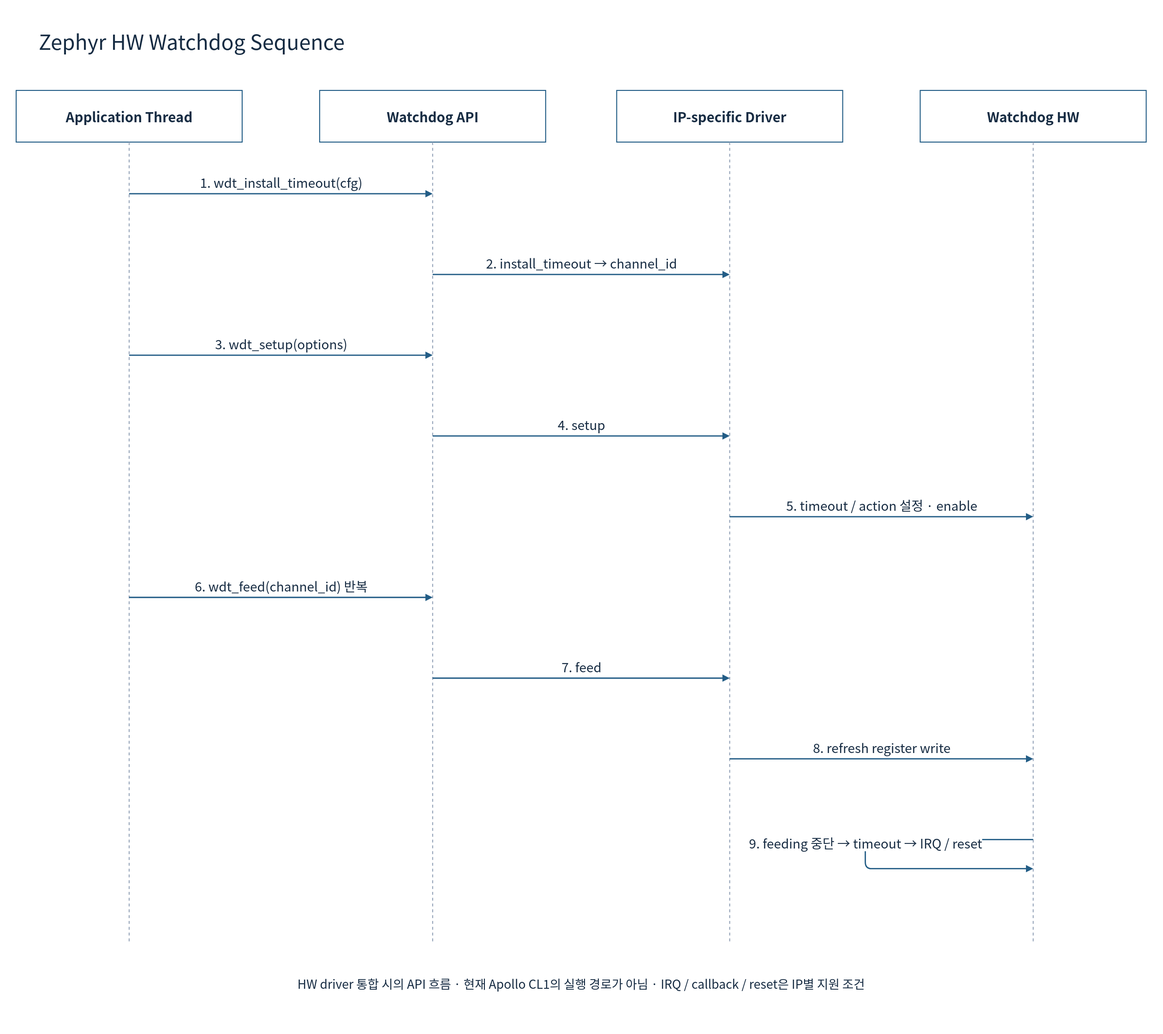
cometzero/project-apollo keeps this draw.io diagram as doc/phase1/watchdog/diagrams/10c-zephyr-watchdog-sequence.drawio.svg. Above is the earlier version. Source tidied: cells renumbered, new cells last; positions are measured from the earlier drawing's top-left corner, leaving out a move shared by most shapes. Source of this version:
```xml
<mxGraphModel background="#FFFFFF">
  <root>
    <mxCell id="0" />
    <mxCell id="1" parent="0" />
    <mxCell id="2" style="rounded=0;whiteSpace=wrap;html=1;fillColor=#FFFFFF;strokeColor=none;strokeWidth=1.5;fontColor=#172C43;fontFamily=Noto Sans CJK KR;fontSize=22;spacing=10;" parent="1" vertex="1">
      <mxGeometry width="1800" height="1600" as="geometry" />
    </mxCell>
    <mxCell id="3" value="Zephyr HW Watchdog Sequence" style="rounded=0;whiteSpace=wrap;html=1;fillColor=#FFFFFF;strokeColor=none;strokeWidth=1.5;fontColor=#172C43;fontFamily=Noto Sans CJK KR;fontSize=22;spacing=10;fontSize=32;align=left;" parent="1" vertex="1">
      <mxGeometry x="50" y="30" width="1700" height="65" as="geometry" />
    </mxCell>
    <mxCell id="4" value="Application Thread" style="rounded=0;whiteSpace=wrap;html=1;fillColor=#FFFFFF;strokeColor=#235D86;strokeWidth=1.5;fontColor=#172C43;fontFamily=Noto Sans CJK KR;fontSize=22;spacing=10;fontStyle=1;fontSize=21;" parent="1" vertex="1">
      <mxGeometry x="25" y="140" width="350" height="80" as="geometry" />
    </mxCell>
    <mxCell id="5" style="endArrow=none;dashed=1;strokeColor=#94A3B8;strokeWidth=1.5;" parent="1" edge="1">
      <mxGeometry relative="1" as="geometry">
        <mxPoint x="200" y="220" as="sourcePoint" />
        <mxPoint x="200" y="1460" as="targetPoint" />
      </mxGeometry>
    </mxCell>
    <mxCell id="6" value="Watchdog API" style="rounded=0;whiteSpace=wrap;html=1;fillColor=#FFFFFF;strokeColor=#235D86;strokeWidth=1.5;fontColor=#172C43;fontFamily=Noto Sans CJK KR;fontSize=22;spacing=10;fontStyle=1;fontSize=21;" parent="1" vertex="1">
      <mxGeometry x="495" y="140" width="350" height="80" as="geometry" />
    </mxCell>
    <mxCell id="7" style="endArrow=none;dashed=1;strokeColor=#94A3B8;strokeWidth=1.5;" parent="1" edge="1">
      <mxGeometry relative="1" as="geometry">
        <mxPoint x="670" y="220" as="sourcePoint" />
        <mxPoint x="670" y="1460" as="targetPoint" />
      </mxGeometry>
    </mxCell>
    <mxCell id="8" value="IP-specific Driver" style="rounded=0;whiteSpace=wrap;html=1;fillColor=#FFFFFF;strokeColor=#235D86;strokeWidth=1.5;fontColor=#172C43;fontFamily=Noto Sans CJK KR;fontSize=22;spacing=10;fontStyle=1;fontSize=21;" parent="1" vertex="1">
      <mxGeometry x="955" y="140" width="350" height="80" as="geometry" />
    </mxCell>
    <mxCell id="9" style="endArrow=none;dashed=1;strokeColor=#94A3B8;strokeWidth=1.5;" parent="1" edge="1">
      <mxGeometry relative="1" as="geometry">
        <mxPoint x="1130" y="220" as="sourcePoint" />
        <mxPoint x="1130" y="1460" as="targetPoint" />
      </mxGeometry>
    </mxCell>
    <mxCell id="10" value="Watchdog HW" style="rounded=0;whiteSpace=wrap;html=1;fillColor=#FFFFFF;strokeColor=#235D86;strokeWidth=1.5;fontColor=#172C43;fontFamily=Noto Sans CJK KR;fontSize=22;spacing=10;fontStyle=1;fontSize=21;" parent="1" vertex="1">
      <mxGeometry x="1425" y="140" width="350" height="80" as="geometry" />
    </mxCell>
    <mxCell id="11" style="endArrow=none;dashed=1;strokeColor=#94A3B8;strokeWidth=1.5;" parent="1" edge="1">
      <mxGeometry relative="1" as="geometry">
        <mxPoint x="1600" y="220" as="sourcePoint" />
        <mxPoint x="1600" y="1460" as="targetPoint" />
      </mxGeometry>
    </mxCell>
    <mxCell id="12" value="1. wdt_install_timeout(cfg)" style="edgeStyle=none;html=1;endArrow=block;endFill=1;strokeColor=#235D86;strokeWidth=2;fontColor=#172C43;fontFamily=Noto Sans CJK KR;fontSize=20;labelBackgroundColor=#FFFFFF;" parent="1" edge="1">
      <mxGeometry relative="1" as="geometry">
        <mxPoint x="200" y="300" as="sourcePoint" />
        <mxPoint x="670" y="300" as="targetPoint" />
        <mxPoint y="-18" as="offset" />
      </mxGeometry>
    </mxCell>
    <mxCell id="13" value="2. install_timeout → channel_id" style="edgeStyle=none;html=1;endArrow=block;endFill=1;strokeColor=#235D86;strokeWidth=2;fontColor=#172C43;fontFamily=Noto Sans CJK KR;fontSize=20;labelBackgroundColor=#FFFFFF;" parent="1" edge="1">
      <mxGeometry relative="1" as="geometry">
        <mxPoint x="670" y="425" as="sourcePoint" />
        <mxPoint x="1130" y="425" as="targetPoint" />
        <mxPoint y="-18" as="offset" />
      </mxGeometry>
    </mxCell>
    <mxCell id="14" value="3. wdt_setup(options)" style="edgeStyle=none;html=1;endArrow=block;endFill=1;strokeColor=#235D86;strokeWidth=2;fontColor=#172C43;fontFamily=Noto Sans CJK KR;fontSize=20;labelBackgroundColor=#FFFFFF;" parent="1" edge="1">
      <mxGeometry relative="1" as="geometry">
        <mxPoint x="200" y="550" as="sourcePoint" />
        <mxPoint x="670" y="550" as="targetPoint" />
        <mxPoint y="-18" as="offset" />
      </mxGeometry>
    </mxCell>
    <mxCell id="15" value="4. setup" style="edgeStyle=none;html=1;endArrow=block;endFill=1;strokeColor=#235D86;strokeWidth=2;fontColor=#172C43;fontFamily=Noto Sans CJK KR;fontSize=20;labelBackgroundColor=#FFFFFF;" parent="1" edge="1">
      <mxGeometry relative="1" as="geometry">
        <mxPoint x="670" y="675" as="sourcePoint" />
        <mxPoint x="1130" y="675" as="targetPoint" />
        <mxPoint y="-18" as="offset" />
      </mxGeometry>
    </mxCell>
    <mxCell id="16" value="5. timeout / action 설정 · enable" style="edgeStyle=none;html=1;endArrow=block;endFill=1;strokeColor=#235D86;strokeWidth=2;fontColor=#172C43;fontFamily=Noto Sans CJK KR;fontSize=20;labelBackgroundColor=#FFFFFF;" parent="1" edge="1">
      <mxGeometry relative="1" as="geometry">
        <mxPoint x="1130" y="800" as="sourcePoint" />
        <mxPoint x="1600" y="800" as="targetPoint" />
        <mxPoint y="-18" as="offset" />
      </mxGeometry>
    </mxCell>
    <mxCell id="17" value="6. wdt_feed(channel_id) 반복" style="edgeStyle=none;html=1;endArrow=block;endFill=1;strokeColor=#235D86;strokeWidth=2;fontColor=#172C43;fontFamily=Noto Sans CJK KR;fontSize=20;labelBackgroundColor=#FFFFFF;" parent="1" edge="1">
      <mxGeometry relative="1" as="geometry">
        <mxPoint x="200" y="925" as="sourcePoint" />
        <mxPoint x="670" y="925" as="targetPoint" />
        <mxPoint y="-18" as="offset" />
      </mxGeometry>
    </mxCell>
    <mxCell id="18" value="7. feed" style="edgeStyle=none;html=1;endArrow=block;endFill=1;strokeColor=#235D86;strokeWidth=2;fontColor=#172C43;fontFamily=Noto Sans CJK KR;fontSize=20;labelBackgroundColor=#FFFFFF;" parent="1" edge="1">
      <mxGeometry relative="1" as="geometry">
        <mxPoint x="670" y="1050" as="sourcePoint" />
        <mxPoint x="1130" y="1050" as="targetPoint" />
        <mxPoint y="-18" as="offset" />
      </mxGeometry>
    </mxCell>
    <mxCell id="19" value="8. refresh register write" style="edgeStyle=none;html=1;endArrow=block;endFill=1;strokeColor=#235D86;strokeWidth=2;fontColor=#172C43;fontFamily=Noto Sans CJK KR;fontSize=20;labelBackgroundColor=#FFFFFF;" parent="1" edge="1">
      <mxGeometry relative="1" as="geometry">
        <mxPoint x="1130" y="1175" as="sourcePoint" />
        <mxPoint x="1600" y="1175" as="targetPoint" />
        <mxPoint y="-18" as="offset" />
      </mxGeometry>
    </mxCell>
    <mxCell id="20" value="9. feeding 중단 → timeout → IRQ / reset" style="edgeStyle=none;html=1;endArrow=block;endFill=1;strokeColor=#235D86;strokeWidth=2;fontColor=#172C43;fontFamily=Noto Sans CJK KR;fontSize=20;labelBackgroundColor=#FFFFFF;" parent="1" edge="1">
      <mxGeometry relative="1" as="geometry">
        <mxPoint x="1600" y="1300" as="sourcePoint" />
        <mxPoint x="1600" y="1345" as="targetPoint" />
        <Array as="points">
          <mxPoint x="1340" y="1300" />
          <mxPoint x="1340" y="1345" />
        </Array>
        <mxPoint y="-18" as="offset" />
      </mxGeometry>
    </mxCell>
    <mxCell id="21" value="HW driver 통합 시의 API 흐름 · 현재 Apollo CL1의 실행 경로가 아님 · IRQ / callback / reset은 IP별 지원 조건" style="rounded=0;whiteSpace=wrap;html=1;fillColor=#FFFFFF;strokeColor=none;strokeWidth=1.5;fontColor=#172C43;fontFamily=Noto Sans CJK KR;fontSize=22;spacing=10;fontSize=19;" parent="1" vertex="1">
      <mxGeometry x="70" y="1490" width="1660" height="65" as="geometry" />
    </mxCell>
  </root>
</mxGraphModel>
```
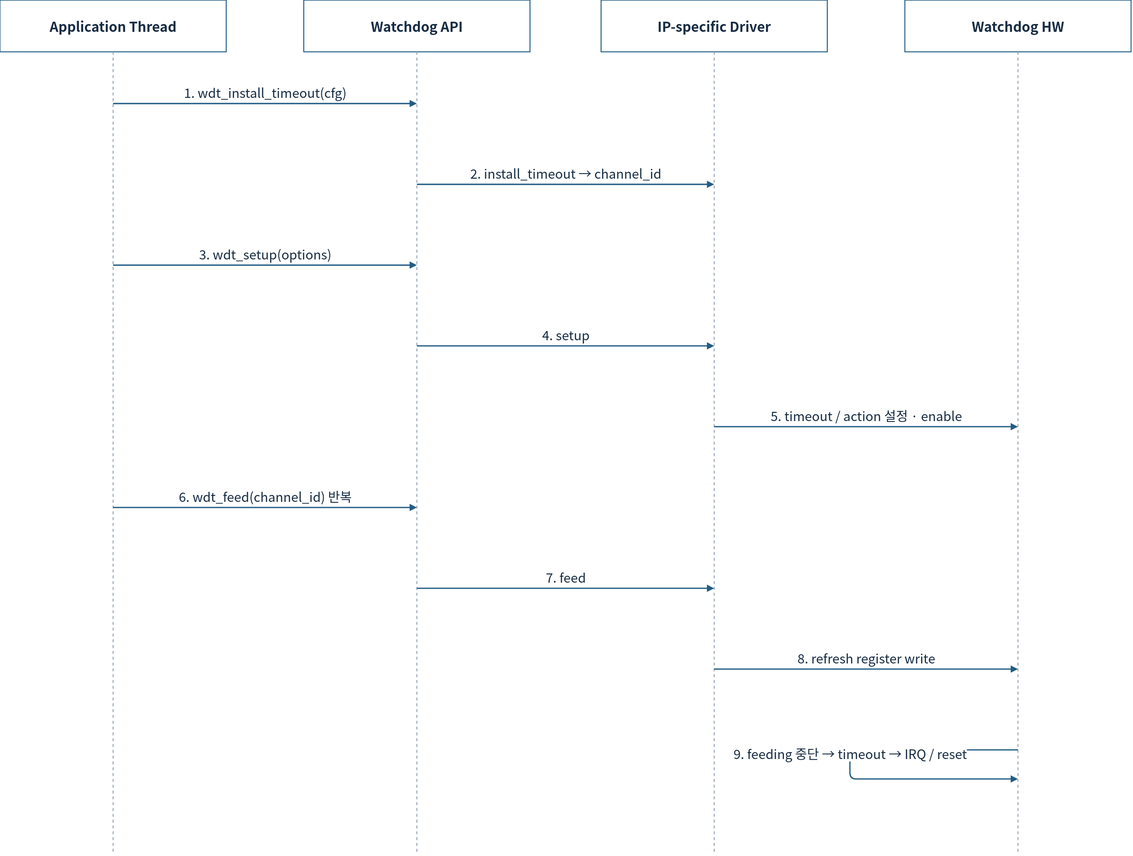
After the change.

What changed in the source:
```diff
@@ -2,12 +2,6 @@
   <root>
     <mxCell id="0" />
     <mxCell id="1" parent="0" />
-    <mxCell id="2" style="rounded=0;whiteSpace=wrap;html=1;fillColor=#FFFFFF;strokeColor=none;strokeWidth=1.5;fontColor=#172C43;fontFamily=Noto Sans CJK KR;fontSize=22;spacing=10;" parent="1" vertex="1">
-      <mxGeometry width="1800" height="1600" as="geometry" />
-    </mxCell>
-    <mxCell id="3" value="Zephyr HW Watchdog Sequence" style="rounded=0;whiteSpace=wrap;html=1;fillColor=#FFFFFF;strokeColor=none;strokeWidth=1.5;fontColor=#172C43;fontFamily=Noto Sans CJK KR;fontSize=22;spacing=10;fontSize=32;align=left;" parent="1" vertex="1">
-      <mxGeometry x="50" y="30" width="1700" height="65" as="geometry" />
-    </mxCell>
     <mxCell id="4" value="Application Thread" style="rounded=0;whiteSpace=wrap;html=1;fillColor=#FFFFFF;strokeColor=#235D86;strokeWidth=1.5;fontColor=#172C43;fontFamily=Noto Sans CJK KR;fontSize=22;spacing=10;fontStyle=1;fontSize=21;" parent="1" vertex="1">
       <mxGeometry x="25" y="140" width="350" height="80" as="geometry" />
     </mxCell>
@@ -111,8 +105,5 @@
         <mxPoint y="-18" as="offset" />
       </mxGeometry>
     </mxCell>
-    <mxCell id="21" value="HW driver 통합 시의 API 흐름 · 현재 Apollo CL1의 실행 경로가 아님 · IRQ / callback / reset은 IP별 지원 조건" style="rounded=0;whiteSpace=wrap;html=1;fillColor=#FFFFFF;strokeColor=none;strokeWidth=1.5;fontColor=#172C43;fontFamily=Noto Sans CJK KR;fontSize=22;spacing=10;fontSize=19;" parent="1" vertex="1">
-      <mxGeometry x="70" y="1490" width="1660" height="65" as="geometry" />
-    </mxCell>
   </root>
 </mxGraphModel>
```
